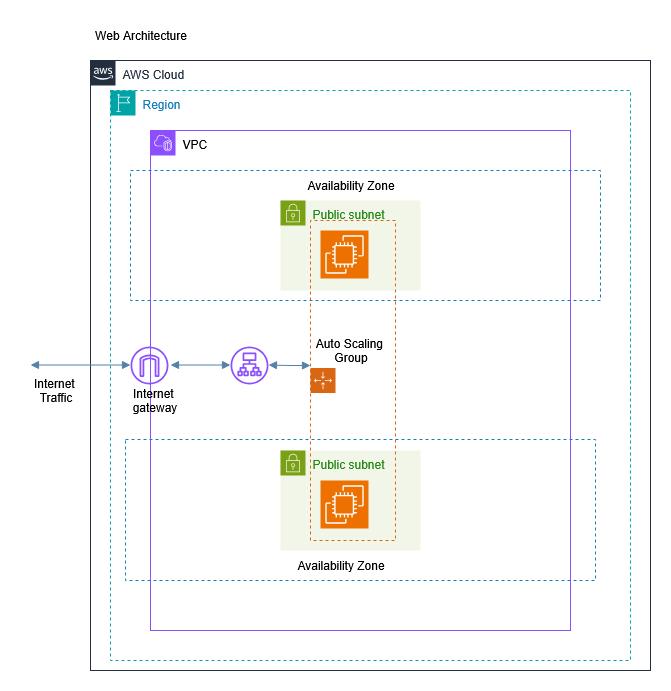
Above: Web-Architecture.drawio.png in William-Muko/AWS-Terraform-Architecture (draw.io), before the change. Source tidied: cells renumbered, new cells last; positions are measured from the earlier drawing's top-left corner, leaving out a move shared by most shapes.
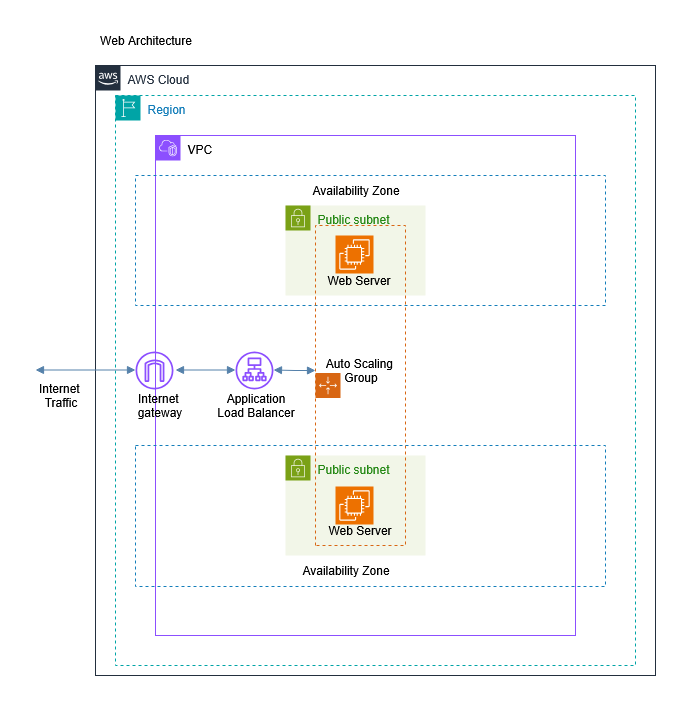
The same diagram one commit later.

Diff of the diagram source:
```diff
@@ -39,17 +39,11 @@
       <mxGeometry x="110" y="150" width="470" height="130" as="geometry" />
     </mxCell>
     <mxCell id="13" style="sketch=0;fontColor=#232F3E;fillColor=#ED7100;strokeColor=#ffffff;dashed=0;verticalLabelPosition=bottom;verticalAlign=top;align=center;html=1;fontSize=12;fontStyle=0;shape=mxgraph.aws4.resourceIcon;resIcon=mxgraph.aws4.ec2;rounded=0;" parent="1" vertex="1">
-      <mxGeometry x="300" y="210" width="48" height="48" as="geometry" />
+      <mxGeometry x="310" y="210" width="38" height="38" as="geometry" />
     </mxCell>
-    <mxCell id="14" style="sketch=0;fontColor=#232F3E;fillColor=#ED7100;strokeColor=#ffffff;dashed=0;verticalLabelPosition=bottom;verticalAlign=top;align=center;html=1;fontSize=12;fontStyle=0;shape=mxgraph.aws4.resourceIcon;resIcon=mxgraph.aws4.ec2;rounded=0;" parent="1" vertex="1">
-      <mxGeometry x="300" y="460" width="48" height="48" as="geometry" />
-    </mxCell>
     <mxCell id="15" value="&lt;div align=&quot;center&quot;&gt;&lt;br&gt;&lt;/div&gt;" style="gradientColor=none;html=1;whiteSpace=wrap;fontSize=12;fontStyle=0;shape=mxgraph.aws4.groupCenter;grIcon=mxgraph.aws4.group_auto_scaling_group;grStroke=1;strokeColor=#D86613;fillColor=none;verticalAlign=top;align=center;fontColor=#D86613;dashed=1;spacingTop=25;direction=north;rounded=0;" parent="1" vertex="1">
-      <mxGeometry x="290" y="200" width="85" height="320" as="geometry" />
+      <mxGeometry x="290" y="200" width="90" height="320" as="geometry" />
     </mxCell>
-    <mxCell id="16" value="&lt;div&gt;Auto Scaling&amp;nbsp;&lt;/div&gt;&lt;div&gt;Group&lt;/div&gt;" style="text;html=1;align=center;verticalAlign=middle;strokeColor=none;fillColor=none;rounded=0;" parent="15" vertex="1">
-      <mxGeometry x="-5" y="110" width="90" height="40" as="geometry" />
-    </mxCell>
     <mxCell id="17" value="&lt;div&gt;Internet&amp;nbsp;&lt;/div&gt;&lt;div&gt;gateway&lt;/div&gt;" style="text;html=1;align=center;verticalAlign=middle;strokeColor=none;fillColor=none;rounded=0;" parent="1" vertex="1">
       <mxGeometry x="99" y="360" width="70" height="40" as="geometry" />
     </mxCell>
@@ -67,11 +61,26 @@
         <mxPoint x="290" y="345" as="targetPoint" />
       </mxGeometry>
     </mxCell>
+    <mxCell id="22" value="&lt;div align=&quot;center&quot;&gt;&lt;span style=&quot;color: rgb(0, 0, 0);&quot;&gt;Availability Zone&lt;/span&gt;&lt;/div&gt;" style="text;html=1;align=center;verticalAlign=middle;strokeColor=none;fillColor=none;rounded=0;" parent="1" vertex="1">
+      <mxGeometry x="275" y="150" width="110" height="30" as="geometry" />
+    </mxCell>
+    <mxCell id="23" value="&lt;div&gt;Application&lt;/div&gt;&lt;div&gt;Load Balancer&lt;/div&gt;" style="text;html=1;align=center;verticalAlign=middle;strokeColor=none;fillColor=none;" parent="1" vertex="1">
+      <mxGeometry x="180" y="360" width="100" height="40" as="geometry" />
+    </mxCell>
+    <mxCell id="16" value="&lt;div&gt;Auto Scaling&amp;nbsp;&lt;/div&gt;&lt;div&gt;Group&lt;/div&gt;" style="text;html=1;align=center;verticalAlign=middle;strokeColor=none;fillColor=none;rounded=0;" parent="1" vertex="1">
+      <mxGeometry x="290" y="325" width="90" height="40" as="geometry" />
+    </mxCell>
+    <mxCell id="14" style="sketch=0;fontColor=#232F3E;fillColor=#ED7100;strokeColor=#ffffff;dashed=0;verticalLabelPosition=bottom;verticalAlign=top;align=center;html=1;fontSize=12;fontStyle=0;shape=mxgraph.aws4.resourceIcon;resIcon=mxgraph.aws4.ec2;rounded=0;" parent="1" vertex="1">
+      <mxGeometry x="310" y="461" width="38" height="38" as="geometry" />
+    </mxCell>
+    <mxCell id="24" value="Web Server" style="text;html=1;align=center;verticalAlign=middle;strokeColor=none;fillColor=none;" parent="1" vertex="1">
+      <mxGeometry x="287.5" y="240" width="90" height="30" as="geometry" />
+    </mxCell>
+    <mxCell id="25" value="Web Server" style="text;html=1;align=center;verticalAlign=middle;strokeColor=none;fillColor=none;" parent="1" vertex="1">
+      <mxGeometry x="288.8" y="490" width="90" height="30" as="geometry" />
+    </mxCell>
     <mxCell id="21" style="fillColor=none;strokeColor=#147EBA;dashed=1;verticalAlign=top;fontStyle=0;fontColor=#147EBA;whiteSpace=wrap;html=1;align=left;rounded=0;" parent="1" vertex="1">
-      <mxGeometry x="105" y="419" width="470" height="141" as="geometry" />
+      <mxGeometry x="110" y="420" width="470" height="141" as="geometry" />
     </mxCell>
-    <mxCell id="22" value="&lt;div align=&quot;center&quot;&gt;&lt;span style=&quot;color: rgb(0, 0, 0);&quot;&gt;Availability Zone&lt;/span&gt;&lt;/div&gt;" style="text;html=1;align=center;verticalAlign=middle;strokeColor=none;fillColor=none;rounded=0;" parent="1" vertex="1">
-      <mxGeometry x="275" y="150" width="110" height="30" as="geometry" />
-    </mxCell>
   </root>
 </mxGraphModel>
```
